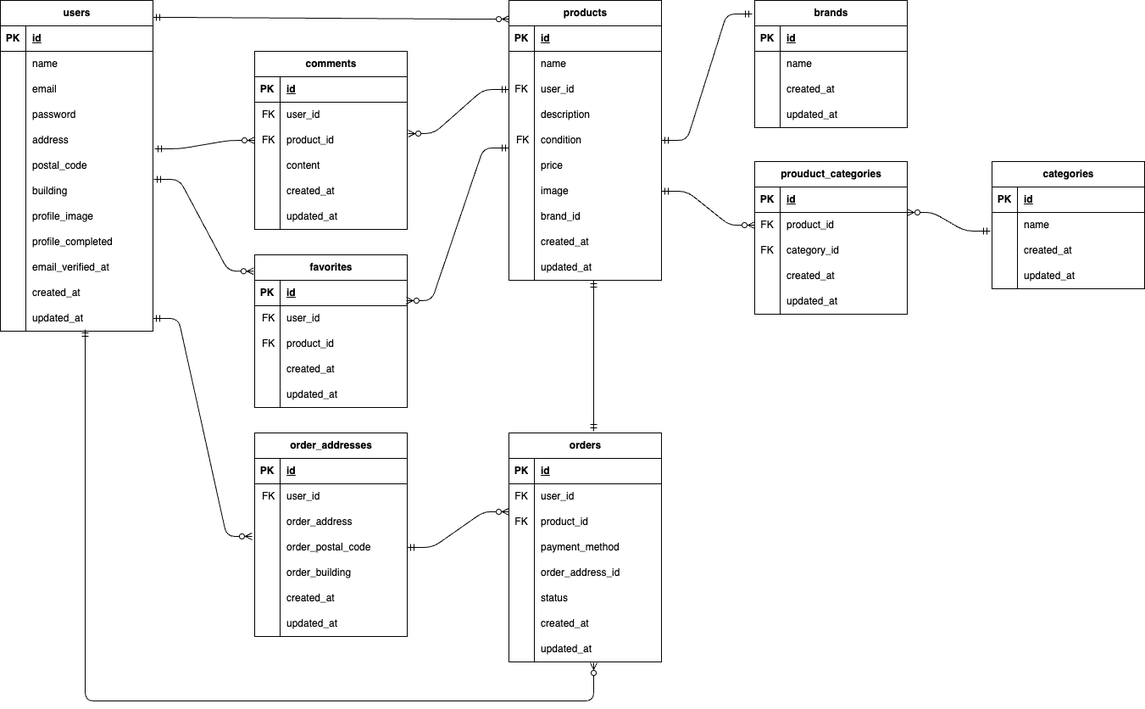
Before: src/public/er-diagram.png, a diagram exported from draw.io (yurikoUe/mock-furima). Source tidied: cells renumbered, new cells last; positions are measured from the earlier drawing's top-left corner, leaving out a move shared by most shapes.
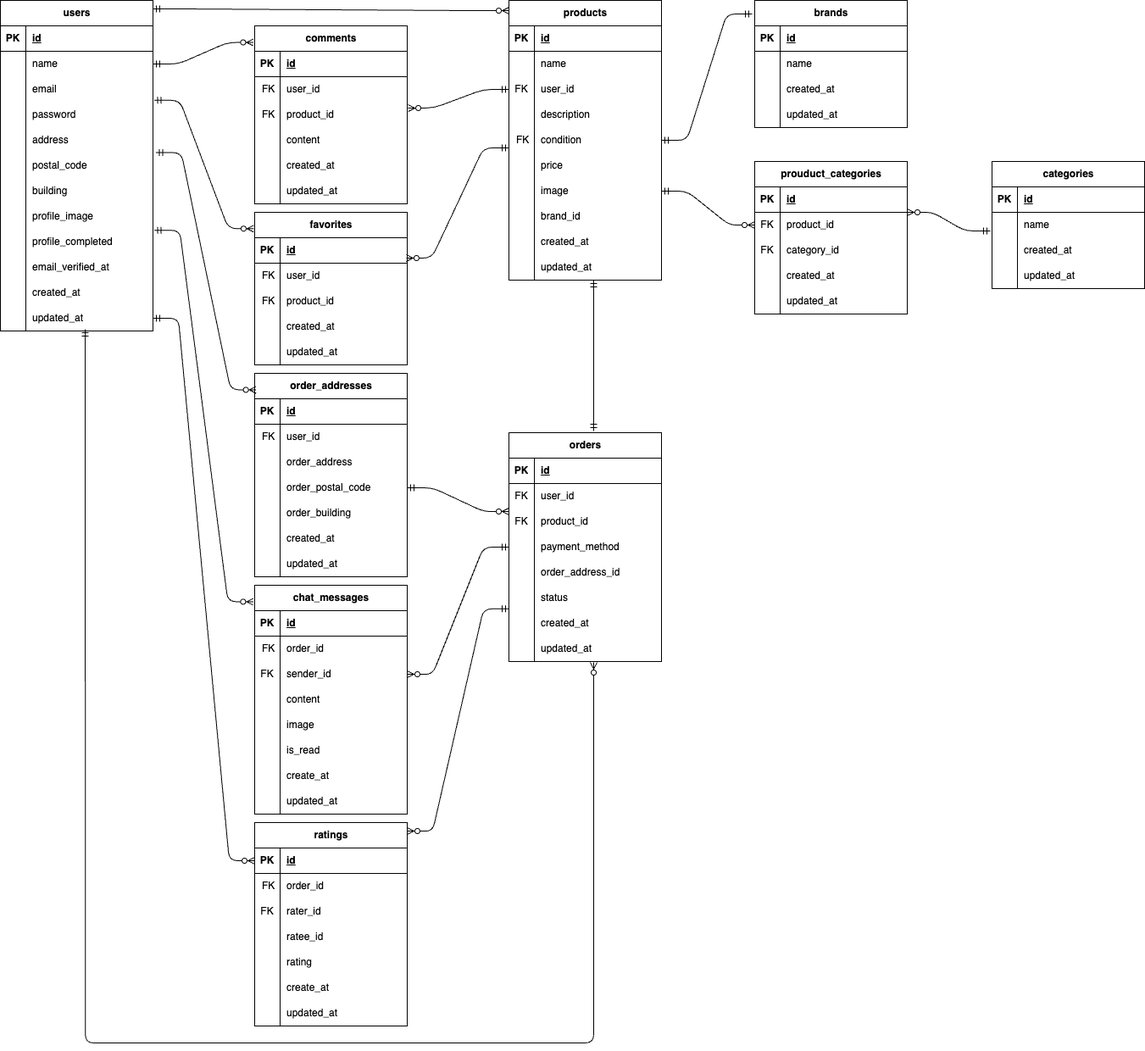
The same diagram one commit later.

Change to the diagram source:
```diff
@@ -330,7 +330,7 @@
       <mxGeometry x="30" width="150" height="30" as="geometry" />
     </mxCell>
     <mxCell id="111" value="favorites" style="shape=table;startSize=30;rowLines=0;fontStyle=1;align=center;html=1;fontColor=#000000;" parent="1" vertex="1">
-      <mxGeometry x="300" y="300" width="180" height="180" as="geometry" />
+      <mxGeometry x="300" y="250" width="180" height="180" as="geometry" />
     </mxCell>
     <mxCell id="112" style="shape=tableRow;horizontal=0;startSize=0;swimlaneHead=0;swimlaneBody=0;fillColor=none;points=[[0,0.5],[1,0.5]];portConstraint=eastwest;top=0;left=0;right=0;bottom=1;fontColor=#000000;" parent="111" vertex="1">
       <mxGeometry y="30" width="180" height="30" as="geometry" />
@@ -378,7 +378,7 @@
       <mxGeometry x="30" width="150" height="30" as="geometry" />
     </mxCell>
     <mxCell id="127" value="comments" style="shape=table;startSize=30;rowLines=0;fontStyle=1;align=center;html=1;fontColor=#000000;" parent="1" vertex="1">
-      <mxGeometry x="300" y="60" width="180" height="210" as="geometry" />
+      <mxGeometry x="300" y="30" width="180" height="210" as="geometry" />
     </mxCell>
     <mxCell id="128" style="shape=tableRow;horizontal=0;startSize=0;swimlaneHead=0;swimlaneBody=0;fillColor=none;top=0;left=0;right=0;bottom=1;fontColor=#000000;" parent="127" vertex="1">
       <mxGeometry y="30" width="180" height="30" as="geometry" />
@@ -513,7 +513,7 @@
       <mxGeometry x="30" width="150" height="30" as="geometry" />
     </mxCell>
     <mxCell id="172" value="order_addresses" style="shape=table;startSize=30;rowLines=0;fontStyle=1;align=center;html=1;fontColor=#000000;" parent="1" vertex="1">
-      <mxGeometry x="300" y="510" width="180" height="240" as="geometry" />
+      <mxGeometry x="300" y="440" width="180" height="240" as="geometry" />
     </mxCell>
     <mxCell id="173" style="shape=tableRow;horizontal=0;startSize=0;swimlaneHead=0;swimlaneBody=0;fillColor=none;top=0;left=0;right=0;bottom=1;fontColor=#000000;" parent="172" vertex="1">
       <mxGeometry y="30" width="180" height="30" as="geometry" />
@@ -578,13 +578,13 @@
     <mxCell id="193" value="updated_at" style="shape=partialRectangle;fillColor=none;top=0;left=0;bottom=0;right=0;align=left;spacingLeft=6;overflow=hidden;whiteSpace=wrap;html=1;fontColor=#000000;" parent="191" vertex="1">
       <mxGeometry x="30" width="150" height="30" as="geometry" />
     </mxCell>
-    <mxCell id="194" style="edgeStyle=entityRelationEdgeStyle;fontSize=12;html=1;endArrow=ERzeroToMany;startArrow=ERmandOne;rounded=1;exitX=1;exitY=0.5;exitDx=0;exitDy=0;curved=0;entryX=-0.017;entryY=0.067;entryDx=0;entryDy=0;fontColor=#000000;entryPerimeter=0;" parent="1" edge="1" source="36" target="182">
+    <mxCell id="194" style="edgeStyle=entityRelationEdgeStyle;fontSize=12;html=1;endArrow=ERzeroToMany;startArrow=ERmandOne;rounded=1;exitX=1.019;exitY=0.983;exitDx=0;exitDy=0;curved=0;entryX=0.009;entryY=0.081;entryDx=0;entryDy=0;fontColor=#000000;entryPerimeter=0;exitPerimeter=0;" parent="1" edge="1" source="15" target="172">
       <mxGeometry relative="1" as="geometry" />
     </mxCell>
-    <mxCell id="195" style="edgeStyle=entityRelationEdgeStyle;fontSize=12;html=1;endArrow=ERzeroToMany;startArrow=ERmandOne;rounded=1;entryX=0;entryY=0.5;entryDx=0;entryDy=0;curved=0;exitX=1.011;exitY=0.833;exitDx=0;exitDy=0;exitPerimeter=0;fontColor=#000000;" parent="1" edge="1" source="15" target="134">
+    <mxCell id="195" style="edgeStyle=entityRelationEdgeStyle;fontSize=12;html=1;endArrow=ERzeroToMany;startArrow=ERmandOne;rounded=1;entryX=-0.009;entryY=0.093;entryDx=0;entryDy=0;curved=0;exitX=1;exitY=0.5;exitDx=0;exitDy=0;fontColor=#000000;entryPerimeter=0;" parent="1" edge="1" source="6" target="127">
       <mxGeometry relative="1" as="geometry" />
     </mxCell>
-    <mxCell id="196" style="edgeStyle=entityRelationEdgeStyle;fontSize=12;html=1;endArrow=ERzeroToMany;startArrow=ERmandOne;rounded=1;entryX=-0.006;entryY=0.107;entryDx=0;entryDy=0;entryPerimeter=0;exitX=1.006;exitY=0.033;exitDx=0;exitDy=0;exitPerimeter=0;curved=0;fontColor=#000000;" parent="1" edge="1" source="21" target="111">
+    <mxCell id="196" style="edgeStyle=entityRelationEdgeStyle;fontSize=12;html=1;endArrow=ERzeroToMany;startArrow=ERmandOne;rounded=1;entryX=-0.006;entryY=0.107;entryDx=0;entryDy=0;entryPerimeter=0;exitX=1.009;exitY=-0.072;exitDx=0;exitDy=0;exitPerimeter=0;curved=0;fontColor=#000000;" parent="1" edge="1" source="12" target="111">
       <mxGeometry relative="1" as="geometry" />
     </mxCell>
     <mxCell id="197" style="edgeStyle=entityRelationEdgeStyle;fontSize=12;html=1;endArrow=ERzeroToMany;startArrow=ERmandOne;rounded=1;entryX=0.994;entryY=0.8;entryDx=0;entryDy=0;entryPerimeter=0;exitX=0;exitY=0.8;exitDx=0;exitDy=0;exitPerimeter=0;curved=0;fontColor=#000000;" parent="1" edge="1" source="68" target="112">
@@ -607,9 +607,10 @@
     <mxCell id="202" style="edgeStyle=entityRelationEdgeStyle;fontSize=12;html=1;endArrow=ERmandOne;startArrow=ERzeroToMany;rounded=1;entryX=-0.011;entryY=0.733;entryDx=0;entryDy=0;curved=0;entryPerimeter=0;startFill=0;exitX=1;exitY=0;exitDx=0;exitDy=0;exitPerimeter=0;fontColor=#000000;" parent="1" edge="1" source="43" target="150">
       <mxGeometry relative="1" as="geometry" />
     </mxCell>
-    <mxCell id="203" style="edgeStyle=entityRelationEdgeStyle;fontSize=12;html=1;endArrow=ERzeroToMany;startArrow=ERmandOne;rounded=0;entryX=0;entryY=0.067;entryDx=0;entryDy=0;entryPerimeter=0;fontColor=#000000;" parent="1" edge="1" target="55">
+    <mxCell id="203" style="edgeStyle=entityRelationEdgeStyle;fontSize=12;html=1;endArrow=ERzeroToMany;startArrow=ERmandOne;rounded=0;entryX=0;entryY=0.067;entryDx=0;entryDy=0;entryPerimeter=0;fontColor=#000000;" parent="1" edge="1">
       <mxGeometry relative="1" as="geometry">
-        <mxPoint x="180" y="20" as="sourcePoint" />
+        <mxPoint x="180" y="10" as="sourcePoint" />
+        <mxPoint x="600" y="12.1" as="targetPoint" />
       </mxGeometry>
     </mxCell>
     <mxCell id="204" style="fontSize=12;html=1;endArrow=ERmandOne;startArrow=ERmandOne;rounded=1;exitX=0.556;exitY=-0.007;exitDx=0;exitDy=0;entryX=0;entryY=0.5;entryDx=0;entryDy=0;fontColor=#000000;strokeColor=default;exitPerimeter=0;" parent="1" edge="1" source="86">
@@ -622,10 +623,165 @@
         <mxPoint x="100.1" y="388" as="sourcePoint" />
         <mxPoint x="700" y="781" as="targetPoint" />
         <Array as="points">
-          <mxPoint x="100" y="826" />
-          <mxPoint x="700" y="826" />
+          <mxPoint x="100" y="1230" />
+          <mxPoint x="700" y="1230" />
         </Array>
       </mxGeometry>
     </mxCell>
+    <mxCell id="206" value="chat_messages" style="shape=table;startSize=30;rowLines=0;fontStyle=1;align=center;html=1;fontColor=#000000;" parent="1" vertex="1">
+      <mxGeometry x="300" y="690" width="180" height="270" as="geometry" />
+    </mxCell>
+    <mxCell id="207" style="shape=tableRow;horizontal=0;startSize=0;swimlaneHead=0;swimlaneBody=0;fillColor=none;top=0;left=0;right=0;bottom=1;fontColor=#000000;" parent="206" vertex="1">
+      <mxGeometry y="30" width="180" height="30" as="geometry" />
+    </mxCell>
+    <mxCell id="208" value="PK" style="shape=partialRectangle;fillColor=none;top=0;left=0;bottom=0;right=0;fontStyle=1;overflow=hidden;whiteSpace=wrap;html=1;fontColor=#000000;" parent="207" vertex="1">
+      <mxGeometry width="30" height="30" as="geometry" />
+    </mxCell>
+    <mxCell id="209" value="id" style="shape=partialRectangle;fillColor=none;top=0;left=0;bottom=0;right=0;align=left;spacingLeft=6;fontStyle=5;overflow=hidden;whiteSpace=wrap;html=1;fontColor=#000000;" parent="207" vertex="1">
+      <mxGeometry x="30" width="150" height="30" as="geometry" />
+    </mxCell>
+    <mxCell id="210" style="shape=tableRow;horizontal=0;startSize=0;swimlaneHead=0;swimlaneBody=0;fillColor=none;top=0;left=0;right=0;bottom=0;fontColor=#000000;" parent="206" vertex="1">
+      <mxGeometry y="60" width="180" height="30" as="geometry" />
+    </mxCell>
+    <mxCell id="211" value="&amp;nbsp;FK" style="shape=partialRectangle;fillColor=none;top=0;left=0;bottom=0;right=0;overflow=hidden;whiteSpace=wrap;html=1;fontColor=#000000;" parent="210" vertex="1">
+      <mxGeometry width="30" height="30" as="geometry" />
+    </mxCell>
+    <mxCell id="212" value="order_id" style="shape=partialRectangle;fillColor=none;top=0;left=0;bottom=0;right=0;align=left;spacingLeft=6;overflow=hidden;whiteSpace=wrap;html=1;fontColor=#000000;" parent="210" vertex="1">
+      <mxGeometry x="30" width="150" height="30" as="geometry" />
+    </mxCell>
+    <mxCell id="213" style="shape=tableRow;horizontal=0;startSize=0;swimlaneHead=0;swimlaneBody=0;fillColor=none;points=[[0,0.5],[1,0.5]];portConstraint=eastwest;top=0;left=0;right=0;bottom=0;fontColor=#000000;" parent="206" vertex="1">
+      <mxGeometry y="90" width="180" height="30" as="geometry" />
+    </mxCell>
+    <mxCell id="214" value="FK" style="shape=partialRectangle;fillColor=none;top=0;left=0;bottom=0;right=0;overflow=hidden;whiteSpace=wrap;html=1;fontColor=#000000;" parent="213" vertex="1">
+      <mxGeometry width="30" height="30" as="geometry" />
+    </mxCell>
+    <mxCell id="215" value="sender_id" style="shape=partialRectangle;fillColor=none;top=0;left=0;bottom=0;right=0;align=left;spacingLeft=6;overflow=hidden;whiteSpace=wrap;html=1;fontColor=#000000;" parent="213" vertex="1">
+      <mxGeometry x="30" width="150" height="30" as="geometry" />
+    </mxCell>
+    <mxCell id="216" style="shape=tableRow;horizontal=0;startSize=0;swimlaneHead=0;swimlaneBody=0;fillColor=none;top=0;left=0;right=0;bottom=0;fontColor=#000000;" parent="206" vertex="1">
+      <mxGeometry y="120" width="180" height="30" as="geometry" />
+    </mxCell>
+    <mxCell id="217" style="shape=partialRectangle;fillColor=none;top=0;left=0;bottom=0;right=0;overflow=hidden;whiteSpace=wrap;html=1;fontColor=#000000;" parent="216" vertex="1">
+      <mxGeometry width="30" height="30" as="geometry" />
+    </mxCell>
+    <mxCell id="218" value="content" style="shape=partialRectangle;fillColor=none;top=0;left=0;bottom=0;right=0;align=left;spacingLeft=6;overflow=hidden;whiteSpace=wrap;html=1;fontColor=#000000;" parent="216" vertex="1">
+      <mxGeometry x="30" width="150" height="30" as="geometry" />
+    </mxCell>
+    <mxCell id="219" style="shape=tableRow;horizontal=0;startSize=0;swimlaneHead=0;swimlaneBody=0;fillColor=none;top=0;left=0;right=0;bottom=0;fontColor=#000000;" parent="206" vertex="1">
+      <mxGeometry y="150" width="180" height="30" as="geometry" />
+    </mxCell>
+    <mxCell id="220" style="shape=partialRectangle;fillColor=none;top=0;left=0;bottom=0;right=0;overflow=hidden;whiteSpace=wrap;html=1;fontColor=#000000;" parent="219" vertex="1">
+      <mxGeometry width="30" height="30" as="geometry" />
+    </mxCell>
+    <mxCell id="221" value="image" style="shape=partialRectangle;fillColor=none;top=0;left=0;bottom=0;right=0;align=left;spacingLeft=6;overflow=hidden;whiteSpace=wrap;html=1;fontColor=#000000;" parent="219" vertex="1">
+      <mxGeometry x="30" width="150" height="30" as="geometry" />
+    </mxCell>
+    <mxCell id="222" style="shape=tableRow;horizontal=0;startSize=0;swimlaneHead=0;swimlaneBody=0;fillColor=none;top=0;left=0;right=0;bottom=0;fontColor=#000000;" parent="206" vertex="1">
+      <mxGeometry y="180" width="180" height="30" as="geometry" />
+    </mxCell>
+    <mxCell id="223" style="shape=partialRectangle;fillColor=none;top=0;left=0;bottom=0;right=0;overflow=hidden;whiteSpace=wrap;html=1;fontColor=#000000;" parent="222" vertex="1">
+      <mxGeometry width="30" height="30" as="geometry" />
+    </mxCell>
+    <mxCell id="224" value="&lt;font style=&quot;&quot;&gt;is_read&lt;/font&gt;" style="shape=partialRectangle;fillColor=none;top=0;left=0;bottom=0;right=0;align=left;spacingLeft=6;overflow=hidden;whiteSpace=wrap;html=1;fontColor=#000000;" parent="222" vertex="1">
+      <mxGeometry x="30" width="150" height="30" as="geometry" />
+    </mxCell>
+    <mxCell id="225" style="shape=tableRow;horizontal=0;startSize=0;swimlaneHead=0;swimlaneBody=0;fillColor=none;top=0;left=0;right=0;bottom=0;fontColor=#000000;" parent="206" vertex="1">
+      <mxGeometry y="210" width="180" height="30" as="geometry" />
+    </mxCell>
+    <mxCell id="226" style="shape=partialRectangle;fillColor=none;top=0;left=0;bottom=0;right=0;overflow=hidden;whiteSpace=wrap;html=1;fontColor=#000000;" parent="225" vertex="1">
+      <mxGeometry width="30" height="30" as="geometry" />
+    </mxCell>
+    <mxCell id="227" value="create_at" style="shape=partialRectangle;fillColor=none;top=0;left=0;bottom=0;right=0;align=left;spacingLeft=6;overflow=hidden;whiteSpace=wrap;html=1;fontColor=#000000;" parent="225" vertex="1">
+      <mxGeometry x="30" width="150" height="30" as="geometry" />
+    </mxCell>
+    <mxCell id="228" style="shape=tableRow;horizontal=0;startSize=0;swimlaneHead=0;swimlaneBody=0;fillColor=none;top=0;left=0;right=0;bottom=0;fontColor=#000000;" parent="206" vertex="1">
+      <mxGeometry y="240" width="180" height="30" as="geometry" />
+    </mxCell>
+    <mxCell id="229" style="shape=partialRectangle;fillColor=none;top=0;left=0;bottom=0;right=0;overflow=hidden;whiteSpace=wrap;html=1;fontColor=#000000;" parent="228" vertex="1">
+      <mxGeometry width="30" height="30" as="geometry" />
+    </mxCell>
+    <mxCell id="230" value="updated_at" style="shape=partialRectangle;fillColor=none;top=0;left=0;bottom=0;right=0;align=left;spacingLeft=6;overflow=hidden;whiteSpace=wrap;html=1;fontColor=#000000;" parent="228" vertex="1">
+      <mxGeometry x="30" width="150" height="30" as="geometry" />
+    </mxCell>
+    <mxCell id="231" value="ratings" style="shape=table;startSize=30;rowLines=0;fontStyle=1;align=center;html=1;fontColor=#000000;" parent="1" vertex="1">
+      <mxGeometry x="300" y="970" width="180" height="240" as="geometry" />
+    </mxCell>
+    <mxCell id="232" style="shape=tableRow;horizontal=0;startSize=0;swimlaneHead=0;swimlaneBody=0;fillColor=none;points=[[0,0.5],[1,0.5]];portConstraint=eastwest;top=0;left=0;right=0;bottom=1;fontColor=#000000;" parent="231" vertex="1">
+      <mxGeometry y="30" width="180" height="30" as="geometry" />
+    </mxCell>
+    <mxCell id="233" value="PK" style="shape=partialRectangle;fillColor=none;top=0;left=0;bottom=0;right=0;fontStyle=1;overflow=hidden;whiteSpace=wrap;html=1;fontColor=#000000;" parent="232" vertex="1">
+      <mxGeometry width="30" height="30" as="geometry" />
+    </mxCell>
+    <mxCell id="234" value="id" style="shape=partialRectangle;fillColor=none;top=0;left=0;bottom=0;right=0;align=left;spacingLeft=6;fontStyle=5;overflow=hidden;whiteSpace=wrap;html=1;fontColor=#000000;" parent="232" vertex="1">
+      <mxGeometry x="30" width="150" height="30" as="geometry" />
+    </mxCell>
+    <mxCell id="235" style="shape=tableRow;horizontal=0;startSize=0;swimlaneHead=0;swimlaneBody=0;fillColor=none;top=0;left=0;right=0;bottom=0;fontColor=#000000;" parent="231" vertex="1">
+      <mxGeometry y="60" width="180" height="30" as="geometry" />
+    </mxCell>
+    <mxCell id="236" value="&amp;nbsp;FK" style="shape=partialRectangle;fillColor=none;top=0;left=0;bottom=0;right=0;overflow=hidden;whiteSpace=wrap;html=1;fontColor=#000000;" parent="235" vertex="1">
+      <mxGeometry width="30" height="30" as="geometry" />
+    </mxCell>
+    <mxCell id="237" value="order_id" style="shape=partialRectangle;fillColor=none;top=0;left=0;bottom=0;right=0;align=left;spacingLeft=6;overflow=hidden;whiteSpace=wrap;html=1;fontColor=#000000;" parent="235" vertex="1">
+      <mxGeometry x="30" width="150" height="30" as="geometry" />
+    </mxCell>
+    <mxCell id="238" style="shape=tableRow;horizontal=0;startSize=0;swimlaneHead=0;swimlaneBody=0;fillColor=none;top=0;left=0;right=0;bottom=0;fontColor=#000000;" parent="231" vertex="1">
+      <mxGeometry y="90" width="180" height="30" as="geometry" />
+    </mxCell>
+    <mxCell id="239" value="FK" style="shape=partialRectangle;fillColor=none;top=0;left=0;bottom=0;right=0;overflow=hidden;whiteSpace=wrap;html=1;fontColor=#000000;" parent="238" vertex="1">
+      <mxGeometry width="30" height="30" as="geometry" />
+    </mxCell>
+    <mxCell id="240" value="rater_id" style="shape=partialRectangle;fillColor=none;top=0;left=0;bottom=0;right=0;align=left;spacingLeft=6;overflow=hidden;whiteSpace=wrap;html=1;fontColor=#000000;" parent="238" vertex="1">
+      <mxGeometry x="30" width="150" height="30" as="geometry" />
+    </mxCell>
+    <mxCell id="241" style="shape=tableRow;horizontal=0;startSize=0;swimlaneHead=0;swimlaneBody=0;fillColor=none;top=0;left=0;right=0;bottom=0;fontColor=#000000;" parent="231" vertex="1">
+      <mxGeometry y="120" width="180" height="30" as="geometry" />
+    </mxCell>
+    <mxCell id="242" style="shape=partialRectangle;fillColor=none;top=0;left=0;bottom=0;right=0;overflow=hidden;whiteSpace=wrap;html=1;fontColor=#000000;" parent="241" vertex="1">
+      <mxGeometry width="30" height="30" as="geometry" />
+    </mxCell>
+    <mxCell id="243" value="ratee_id" style="shape=partialRectangle;fillColor=none;top=0;left=0;bottom=0;right=0;align=left;spacingLeft=6;overflow=hidden;whiteSpace=wrap;html=1;fontColor=#000000;" parent="241" vertex="1">
+      <mxGeometry x="30" width="150" height="30" as="geometry" />
+    </mxCell>
+    <mxCell id="244" style="shape=tableRow;horizontal=0;startSize=0;swimlaneHead=0;swimlaneBody=0;fillColor=none;top=0;left=0;right=0;bottom=0;fontColor=#000000;" parent="231" vertex="1">
+      <mxGeometry y="150" width="180" height="30" as="geometry" />
+    </mxCell>
+    <mxCell id="245" style="shape=partialRectangle;fillColor=none;top=0;left=0;bottom=0;right=0;overflow=hidden;whiteSpace=wrap;html=1;fontColor=#000000;" parent="244" vertex="1">
+      <mxGeometry width="30" height="30" as="geometry" />
+    </mxCell>
+    <mxCell id="246" value="rating" style="shape=partialRectangle;fillColor=none;top=0;left=0;bottom=0;right=0;align=left;spacingLeft=6;overflow=hidden;whiteSpace=wrap;html=1;fontColor=#000000;" parent="244" vertex="1">
+      <mxGeometry x="30" width="150" height="30" as="geometry" />
+    </mxCell>
+    <mxCell id="247" style="shape=tableRow;horizontal=0;startSize=0;swimlaneHead=0;swimlaneBody=0;fillColor=none;top=0;left=0;right=0;bottom=0;fontColor=#000000;" parent="231" vertex="1">
+      <mxGeometry y="180" width="180" height="30" as="geometry" />
+    </mxCell>
+    <mxCell id="248" style="shape=partialRectangle;fillColor=none;top=0;left=0;bottom=0;right=0;overflow=hidden;whiteSpace=wrap;html=1;fontColor=#000000;" parent="247" vertex="1">
+      <mxGeometry width="30" height="30" as="geometry" />
+    </mxCell>
+    <mxCell id="249" value="create_at" style="shape=partialRectangle;fillColor=none;top=0;left=0;bottom=0;right=0;align=left;spacingLeft=6;overflow=hidden;whiteSpace=wrap;html=1;fontColor=#000000;" parent="247" vertex="1">
+      <mxGeometry x="30" width="150" height="30" as="geometry" />
+    </mxCell>
+    <mxCell id="250" style="shape=tableRow;horizontal=0;startSize=0;swimlaneHead=0;swimlaneBody=0;fillColor=none;top=0;left=0;right=0;bottom=0;fontColor=#000000;" parent="231" vertex="1">
+      <mxGeometry y="210" width="180" height="30" as="geometry" />
+    </mxCell>
+    <mxCell id="251" style="shape=partialRectangle;fillColor=none;top=0;left=0;bottom=0;right=0;overflow=hidden;whiteSpace=wrap;html=1;fontColor=#000000;" parent="250" vertex="1">
+      <mxGeometry width="30" height="30" as="geometry" />
+    </mxCell>
+    <mxCell id="252" value="updated_at" style="shape=partialRectangle;fillColor=none;top=0;left=0;bottom=0;right=0;align=left;spacingLeft=6;overflow=hidden;whiteSpace=wrap;html=1;fontColor=#000000;" parent="250" vertex="1">
+      <mxGeometry x="30" width="150" height="30" as="geometry" />
+    </mxCell>
+    <mxCell id="253" style="edgeStyle=entityRelationEdgeStyle;fontSize=12;html=1;endArrow=ERzeroToMany;startArrow=ERmandOne;rounded=1;exitX=1.009;exitY=0.039;exitDx=0;exitDy=0;entryX=-0.009;entryY=0.072;entryDx=0;entryDy=0;fontColor=#000000;entryPerimeter=0;exitPerimeter=0;" parent="1" edge="1" source="27" target="206">
+      <mxGeometry relative="1" as="geometry" />
+    </mxCell>
+    <mxCell id="254" style="edgeStyle=entityRelationEdgeStyle;fontSize=12;html=1;endArrow=ERzeroToMany;startArrow=ERmandOne;rounded=1;curved=0;exitX=1;exitY=0.5;exitDx=0;exitDy=0;fontColor=#000000;" parent="1" edge="1" source="36" target="232">
+      <mxGeometry relative="1" as="geometry" />
+    </mxCell>
+    <mxCell id="255" style="edgeStyle=entityRelationEdgeStyle;fontSize=12;html=1;endArrow=ERmandOne;startArrow=ERzeroToMany;rounded=1;exitX=1;exitY=0.5;exitDx=0;exitDy=0;curved=0;entryX=0;entryY=0.5;entryDx=0;entryDy=0;fontColor=#000000;endFill=0;startFill=0;" parent="1" edge="1" source="213" target="96">
+      <mxGeometry relative="1" as="geometry" />
+    </mxCell>
+    <mxCell id="256" style="edgeStyle=entityRelationEdgeStyle;fontSize=12;html=1;endArrow=ERmandOne;startArrow=ERzeroToMany;rounded=1;exitX=1;exitY=0.5;exitDx=0;exitDy=0;curved=0;entryX=0;entryY=-0.072;entryDx=0;entryDy=0;fontColor=#000000;endFill=0;startFill=0;entryPerimeter=0;" parent="1" edge="1" target="105">
+      <mxGeometry relative="1" as="geometry">
+        <mxPoint x="480" y="980" as="sourcePoint" />
+      </mxGeometry>
+    </mxCell>
   </root>
 </mxGraphModel>
```
